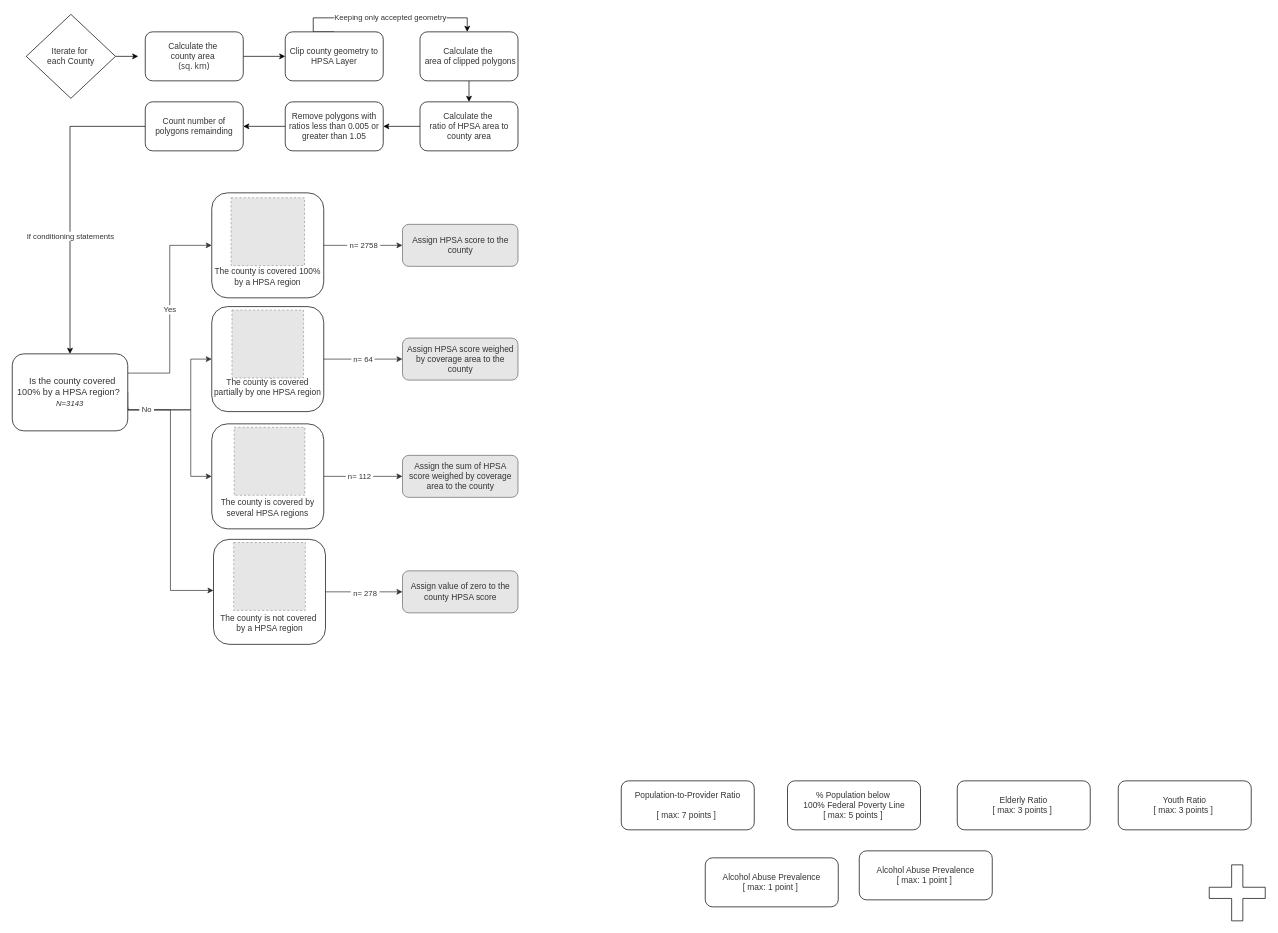
dealchre/gradDrawio keeps this draw.io diagram as HPSAmethodLogic.drawio. Above is the earlier version. Source tidied: cells renumbered, new cells numbered last; positions are measured from the earlier drawing's top-left corner, leaving out a move shared by most shapes. Both pictures are drawn from the tidied source at 70%, with x=0, y=0 at pixel (12, 14). Pictures stored in the file or linked from it are replaced by grey dashed boxes.
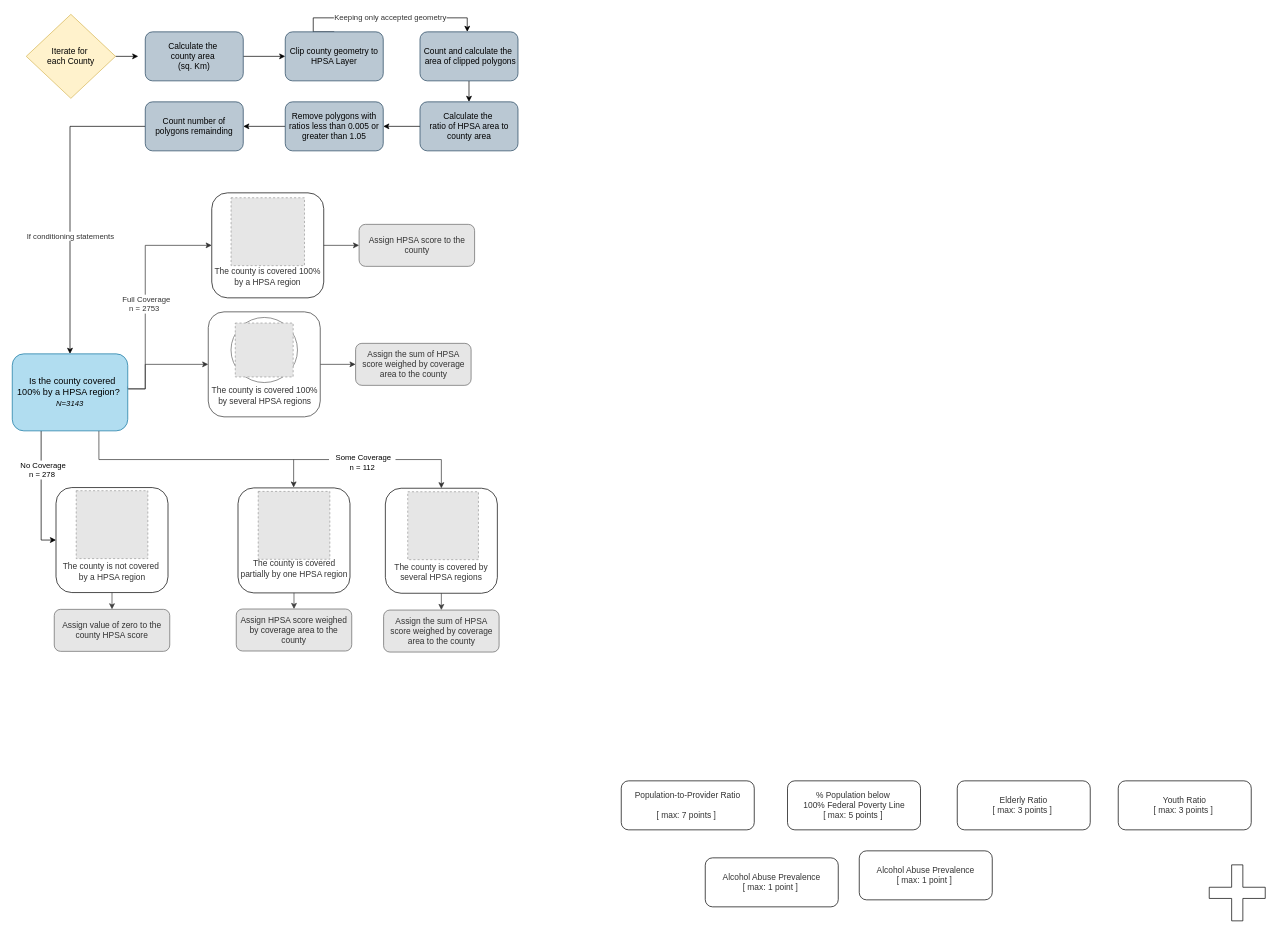
After the change.

Unchanged cells that the change refers to:
```xml
<mxCell id="23" style="rounded=1;whiteSpace=wrap;html=1;fontColor=#333333;" parent="22" vertex="1">
  <mxGeometry y="-10" width="160" height="150" as="geometry" />
</mxCell>
<mxCell id="27" style="rounded=1;whiteSpace=wrap;html=1;fontColor=#333333;" parent="26" vertex="1">
  <mxGeometry y="-5" width="160" height="150" as="geometry" />
</mxCell>
```

Diff of the diagram source:
```diff
@@
-    <mxCell id="3" value="Calculate the&amp;nbsp;&lt;br&gt;&lt;div&gt;county area&amp;nbsp;&lt;/div&gt;&lt;div&gt;&lt;span style=&quot;background-color: rgb(255, 255, 255); font-family: &amp;quot;Segoe UI&amp;quot;, &amp;quot;Segoe UI Web (West European)&amp;quot;, -apple-system, &amp;quot;system-ui&amp;quot;, Roboto, &amp;quot;Helvetica Neue&amp;quot;, sans-serif; text-align: left; white-space-collapse: preserve;&quot;&gt;(sq. km)&lt;/span&gt;&lt;/div&gt;" style="rounded=1;whiteSpace=wrap;html=1;fontColor=#333333;" parent="1" vertex="1">
+    <mxCell id="3" value="Calculate the&amp;nbsp;&lt;br&gt;&lt;div&gt;county area&amp;nbsp;&lt;/div&gt;&lt;div&gt;(sq. Km)&lt;/div&gt;" style="rounded=1;whiteSpace=wrap;html=1;fillColor=#bac8d3;strokeColor=#23445d;" parent="1" vertex="1">
       <mxGeometry x="190" y="25" width="140" height="70" as="geometry" />
     </mxCell>
@@
-    <mxCell id="5" value="Iterate for&amp;nbsp;&lt;div&gt;each County&lt;/div&gt;" style="rhombus;whiteSpace=wrap;html=1;fontColor=#333333;" parent="1" vertex="1">
+    <mxCell id="5" value="Iterate for&amp;nbsp;&lt;div&gt;each County&lt;/div&gt;" style="rhombus;whiteSpace=wrap;html=1;fillColor=#fff2cc;strokeColor=#d6b656;" parent="1" vertex="1">
       <mxGeometry x="20" width="127.5" height="120" as="geometry" />
     </mxCell>
@@
-    <mxCell id="8" value="Clip county geometry to HPSA Layer" style="rounded=1;whiteSpace=wrap;html=1;fontColor=#333333;" parent="1" vertex="1">
+    <mxCell id="8" value="Clip county geometry to HPSA Layer" style="rounded=1;whiteSpace=wrap;html=1;fillColor=#bac8d3;strokeColor=#23445d;" parent="1" vertex="1">
       <mxGeometry x="390" y="25" width="140" height="70" as="geometry" />
     </mxCell>
@@
-    <mxCell id="10" value="Calculate the&amp;nbsp;&lt;br&gt;&lt;div&gt;&amp;nbsp;area of clipped polygons&lt;/div&gt;" style="rounded=1;whiteSpace=wrap;html=1;fontColor=#333333;" parent="1" vertex="1">
+    <mxCell id="10" value="Count and calculate the&amp;nbsp;&lt;br&gt;&lt;div&gt;&amp;nbsp;area of clipped polygons&lt;/div&gt;" style="rounded=1;whiteSpace=wrap;html=1;fillColor=#bac8d3;strokeColor=#23445d;" parent="1" vertex="1">
       <mxGeometry x="582.5" y="25" width="140" height="70" as="geometry" />
     </mxCell>
@@
-    <mxCell id="12" value="Remove polygons with ratios less than 0.005 or greater than 1.05" style="rounded=1;whiteSpace=wrap;html=1;fontColor=#333333;" parent="1" vertex="1">
+    <mxCell id="12" value="Remove polygons with ratios less than 0.005 or greater than 1.05" style="rounded=1;whiteSpace=wrap;html=1;fillColor=#bac8d3;strokeColor=#23445d;" parent="1" vertex="1">
       <mxGeometry x="390" y="125" width="140" height="70" as="geometry" />
     </mxCell>
@@
-    <mxCell id="14" value="Calculate the&amp;nbsp;&lt;br&gt;&lt;div&gt;ratio of HPSA area to county area&lt;/div&gt;" style="rounded=1;whiteSpace=wrap;html=1;fontColor=#333333;" parent="1" vertex="1">
+    <mxCell id="14" value="Calculate the&amp;nbsp;&lt;br&gt;&lt;div&gt;ratio of HPSA area to county area&lt;/div&gt;" style="rounded=1;whiteSpace=wrap;html=1;fillColor=#bac8d3;strokeColor=#23445d;" parent="1" vertex="1">
       <mxGeometry x="582.5" y="125" width="140" height="70" as="geometry" />
     </mxCell>
@@
-    <mxCell id="17" value="Count number of polygons remainding" style="rounded=1;whiteSpace=wrap;html=1;fontColor=#333333;" parent="1" vertex="1">
+    <mxCell id="17" value="Count number of polygons remainding" style="rounded=1;whiteSpace=wrap;html=1;fillColor=#bac8d3;strokeColor=#23445d;" parent="1" vertex="1">
       <mxGeometry x="190" y="125" width="140" height="70" as="geometry" />
     </mxCell>
     <mxCell id="18" value="Assign the sum of HPSA score weighed by coverage area to the county" style="rounded=1;whiteSpace=wrap;html=1;fillColor=#E6E6E6;strokeColor=#666666;fontColor=#333333;" parent="1" vertex="1">
-      <mxGeometry x="557.5" y="630" width="165" height="60" as="geometry" />
+      <mxGeometry x="530.5" y="851" width="165" height="60" as="geometry" />
     </mxCell>
     <mxCell id="19" value="Assign value of zero to the county HPSA score" style="rounded=1;whiteSpace=wrap;html=1;fillColor=#E6E6E6;strokeColor=#666666;fontColor=#333333;" parent="1" vertex="1">
-      <mxGeometry x="557.5" y="795" width="165" height="60" as="geometry" />
+      <mxGeometry x="60" y="850" width="165" height="60" as="geometry" />
     </mxCell>
     <mxCell id="20" value="Assign HPSA score weighed by coverage area to the county" style="rounded=1;whiteSpace=wrap;html=1;fillColor=#E6E6E6;strokeColor=#666666;fontColor=#333333;" parent="1" vertex="1">
-      <mxGeometry x="557.5" y="462.5" width="165" height="60" as="geometry" />
+      <mxGeometry x="320" y="849.5" width="165" height="60" as="geometry" />
     </mxCell>
     <mxCell id="21" value="Assign HPSA score to the county" style="rounded=1;whiteSpace=wrap;html=1;fillColor=#E6E6E6;strokeColor=#666666;fontColor=#333333;" parent="1" vertex="1">
-      <mxGeometry x="557.5" y="300" width="165" height="60" as="geometry" />
+      <mxGeometry x="495.5" y="300" width="165" height="60" as="geometry" />
     </mxCell>
@@
-    <mxCell id="26" style="group;fontColor=#333333;" parent="1" vertex="1">
-      <mxGeometry x="285" y="422.5" width="160" height="145" as="geometry" />
+    <mxCell id="26" style="group;fontColor=light-dark(#d0d0d0, #c1c1c1);" parent="1" vertex="1">
+      <mxGeometry x="322.5" y="681.5" width="160" height="145" as="geometry" />
     </mxCell>
@@
-    <mxCell id="30" style="edgeStyle=orthogonalEdgeStyle;rounded=0;jettySize=auto;html=1;exitX=1;exitY=0.5;exitDx=0;exitDy=0;entryX=0;entryY=0.5;entryDx=0;entryDy=0;fontColor=#333333;strokeColor=#333333;" parent="1" edge="1" source="32" target="18">
+    <mxCell id="30" style="edgeStyle=orthogonalEdgeStyle;rounded=0;jettySize=auto;html=1;exitX=0.5;exitY=1;exitDx=0;exitDy=0;fontColor=#333333;strokeColor=light-dark(#404040, #ededed);entryX=0.5;entryY=0;entryDx=0;entryDy=0;" parent="1" edge="1" source="33" target="18">
       <mxGeometry relative="1" as="geometry" />
     </mxCell>
-    <mxCell id="31" value="&amp;nbsp;n= 112&amp;nbsp;" style="edgeLabel;html=1;align=center;verticalAlign=middle;fontColor=#333333;" parent="30" vertex="1">
-      <mxGeometry x="-0.11" y="1" relative="1" as="geometry" />
-    </mxCell>
-    <mxCell id="32" style="rounded=1;whiteSpace=wrap;html=1;fontColor=#333333;" parent="1" vertex="1">
-      <mxGeometry x="285" y="585" width="160" height="150" as="geometry" />
-    </mxCell>
-    <mxCell id="33" value="The county is covered by several HPSA regions" style="rounded=1;whiteSpace=wrap;html=1;fillColor=none;strokeColor=none;fontColor=#333333;" parent="1" vertex="1">
-      <mxGeometry x="285" y="675" width="160" height="60" as="geometry" />
-    </mxCell>
-    <mxCell id="34" style="fillColor=#E6E6E6;strokeColor=#999999;dashed=1;verticalLabelPosition=bottom;labelBackgroundColor=default;verticalAlign=top;fontColor=#333333;" parent="1" vertex="1">
-      <mxGeometry x="317" y="590" width="101" height="97" as="geometry" />
-    </mxCell>
-    <mxCell id="35" style="edgeStyle=orthogonalEdgeStyle;rounded=0;jettySize=auto;html=1;exitX=1;exitY=0.5;exitDx=0;exitDy=0;entryX=0;entryY=0.5;entryDx=0;entryDy=0;fontColor=#333333;strokeColor=#333333;" parent="1" edge="1" source="37" target="19">
-      <mxGeometry relative="1" as="geometry" />
-    </mxCell>
-    <mxCell id="36" value="&amp;nbsp;n= 278&amp;nbsp;" style="edgeLabel;html=1;align=center;verticalAlign=middle;fontColor=#333333;" parent="35" vertex="1">
-      <mxGeometry y="-1" relative="1" as="geometry">
-        <mxPoint x="1" as="offset" />
-      </mxGeometry>
-    </mxCell>
-    <mxCell id="37" style="rounded=1;whiteSpace=wrap;html=1;fontColor=#333333;" parent="1" vertex="1">
-      <mxGeometry x="287.5" y="750" width="160" height="150" as="geometry" />
-    </mxCell>
-    <mxCell id="38" style="fillColor=#E6E6E6;strokeColor=#999999;dashed=1;verticalLabelPosition=bottom;labelBackgroundColor=default;verticalAlign=top;fontColor=#333333;" parent="1" vertex="1">
-      <mxGeometry x="316.4" y="754.5" width="102.3" height="97" as="geometry" />
-    </mxCell>
-    <mxCell id="39" value="The county is not covered&amp;nbsp;&lt;div&gt;by a HPSA region&lt;/div&gt;" style="rounded=1;whiteSpace=wrap;html=1;fillColor=none;strokeColor=none;fontColor=#333333;" parent="1" vertex="1">
-      <mxGeometry x="287.5" y="840" width="160" height="60" as="geometry" />
-    </mxCell>
+    <mxCell id="54" style="edgeStyle=orthogonalEdgeStyle;rounded=0;jettySize=auto;html=1;exitX=0.5;exitY=1;exitDx=0;exitDy=0;entryX=0.5;entryY=0;entryDx=0;entryDy=0;strokeColor=light-dark(#404040, #ededed);" parent="1" edge="1" source="39" target="19">
+      <mxGeometry relative="1" as="geometry" />
+    </mxCell>
-    <mxCell id="40" value="&amp;nbsp;n= 2758&amp;nbsp;" style="edgeStyle=orthogonalEdgeStyle;rounded=0;jettySize=auto;html=1;fontColor=#333333;strokeColor=#333333;" parent="1" edge="1" source="23" target="21">
+    <mxCell id="40" style="edgeStyle=orthogonalEdgeStyle;rounded=0;jettySize=auto;html=1;fontColor=#333333;strokeColor=#333333;" parent="1" edge="1" source="23" target="21">
       <mxGeometry x="0.01" relative="1" as="geometry" />
     </mxCell>
-    <mxCell id="41" value="&amp;nbsp;n= 64&amp;nbsp;" style="edgeStyle=orthogonalEdgeStyle;rounded=0;jettySize=auto;html=1;exitX=1;exitY=0.5;exitDx=0;exitDy=0;entryX=0;entryY=0.5;entryDx=0;entryDy=0;fontColor=#333333;strokeColor=#333333;" parent="1" edge="1" source="27" target="20">
-      <mxGeometry relative="1" as="geometry" />
-    </mxCell>
-    <mxCell id="42" value="&amp;nbsp;Yes&amp;nbsp;" style="edgeStyle=orthogonalEdgeStyle;rounded=0;jettySize=auto;html=1;exitX=1;exitY=0.25;exitDx=0;exitDy=0;entryX=0;entryY=0.5;entryDx=0;entryDy=0;fontColor=#333333;strokeColor=#333333;" parent="1" edge="1" source="46" target="23">
-      <mxGeometry relative="1" as="geometry" />
+    <mxCell id="42" value="&amp;nbsp; Full Coverage&amp;nbsp;&lt;div&gt;n = 2753&amp;nbsp;&lt;/div&gt;" style="edgeStyle=orthogonalEdgeStyle;rounded=0;jettySize=auto;html=1;exitX=0.997;exitY=0.423;exitDx=0;exitDy=0;entryX=0;entryY=0.5;entryDx=0;entryDy=0;fontColor=#333333;strokeColor=#333333;exitPerimeter=0;" parent="1" edge="1" source="46" target="23">
+      <mxGeometry x="-0.09" relative="1" as="geometry">
+        <Array as="points">
+          <mxPoint x="165" y="535" />
+          <mxPoint x="190" y="535" />
+          <mxPoint x="190" y="330" />
+        </Array>
+      </mxGeometry>
     </mxCell>
-    <mxCell id="43" style="edgeStyle=orthogonalEdgeStyle;rounded=0;jettySize=auto;html=1;exitX=1;exitY=0.5;exitDx=0;exitDy=0;entryX=0;entryY=0.5;entryDx=0;entryDy=0;fontColor=#333333;strokeColor=#333333;" parent="1" edge="1" source="46" target="27">
-      <mxGeometry relative="1" as="geometry">
-        <Array as="points">
-          <mxPoint x="165" y="565" />
-          <mxPoint x="255" y="565" />
-          <mxPoint x="255" y="493" />
-        </Array>
-      </mxGeometry>
-    </mxCell>
-    <mxCell id="44" style="edgeStyle=orthogonalEdgeStyle;rounded=0;jettySize=auto;html=1;entryX=0;entryY=0.5;entryDx=0;entryDy=0;fontColor=#333333;strokeColor=#333333;" parent="1" edge="1" target="32">
-      <mxGeometry relative="1" as="geometry">
-        <mxPoint x="155" y="560" as="sourcePoint" />
-        <Array as="points">
-          <mxPoint x="155" y="565" />
-          <mxPoint x="255" y="565" />
-          <mxPoint x="255" y="660" />
-        </Array>
-      </mxGeometry>
-    </mxCell>
-    <mxCell id="45" value="&amp;nbsp;No&amp;nbsp;" style="edgeStyle=orthogonalEdgeStyle;rounded=0;orthogonalLoop=1;jettySize=auto;html=1;exitX=1.001;exitY=0.712;exitDx=0;exitDy=0;entryX=0;entryY=0.5;entryDx=0;entryDy=0;exitPerimeter=0;fontColor=#333333;strokeColor=#333333;" parent="1" edge="1">
-      <mxGeometry x="-0.84" relative="1" as="geometry">
-        <mxPoint x="165.2" y="561.3" as="sourcePoint" />
-        <mxPoint x="287.5" y="823" as="targetPoint" />
-        <Array as="points">
-          <mxPoint x="165" y="565" />
-          <mxPoint x="226" y="565" />
-          <mxPoint x="226" y="823" />
-        </Array>
-      </mxGeometry>
-    </mxCell>
+    <mxCell id="55" style="edgeStyle=orthogonalEdgeStyle;rounded=0;jettySize=auto;html=1;exitX=1.005;exitY=0.455;exitDx=0;exitDy=0;exitPerimeter=0;strokeColor=light-dark(#333333, #ededed);fontColor=light-dark(#d0d0d0, #c1c1c1);" parent="1" edge="1" source="46" target="61">
+      <mxGeometry relative="1" as="geometry">
+        <Array as="points">
+          <mxPoint x="190" y="535" />
+          <mxPoint x="190" y="500" />
+        </Array>
+      </mxGeometry>
+    </mxCell>
+    <mxCell id="56" style="edgeStyle=orthogonalEdgeStyle;rounded=0;jettySize=auto;html=1;exitX=0.75;exitY=1;exitDx=0;exitDy=0;entryX=0.5;entryY=0;entryDx=0;entryDy=0;strokeColor=light-dark(#333333, #ededed);" parent="1" edge="1" source="46" target="32">
+      <mxGeometry relative="1" as="geometry" />
+    </mxCell>
+    <mxCell id="57" value="&amp;nbsp; &amp;nbsp;Some Coverage&amp;nbsp;&amp;nbsp;&lt;div&gt;n = 112&lt;/div&gt;" style="edgeLabel;html=1;align=center;verticalAlign=middle;" parent="56" vertex="1">
+      <mxGeometry x="-0.54" y="-3" relative="1" as="geometry">
+        <mxPoint x="286" as="offset" />
+      </mxGeometry>
+    </mxCell>
+    <mxCell id="58" style="edgeStyle=orthogonalEdgeStyle;rounded=0;jettySize=auto;html=1;exitX=0.25;exitY=1;exitDx=0;exitDy=0;entryX=0;entryY=0.5;entryDx=0;entryDy=0;" parent="1" edge="1" source="46" target="37">
+      <mxGeometry relative="1" as="geometry" />
+    </mxCell>
+    <mxCell id="59" value="No Coverage&lt;div&gt;n = 278&amp;nbsp;&lt;/div&gt;" style="edgeLabel;html=1;align=center;verticalAlign=middle;" parent="58" vertex="1">
+      <mxGeometry x="-0.37" y="2" relative="1" as="geometry" />
+    </mxCell>
-    <mxCell id="46" value="&amp;nbsp; Is the county covered 100% by a HPSA region?&amp;nbsp;&lt;div&gt;&lt;i&gt;&lt;font style=&quot;font-size: 11px;&quot;&gt;N=3143&lt;/font&gt;&lt;/i&gt;&lt;/div&gt;" style="rounded=1;whiteSpace=wrap;html=1;fontSize=13;fontColor=#333333;" parent="1" vertex="1">
+    <mxCell id="46" value="&amp;nbsp; Is the county covered 100% by a HPSA region?&amp;nbsp;&lt;div&gt;&lt;i&gt;&lt;font style=&quot;font-size: 11px;&quot;&gt;N=3143&lt;/font&gt;&lt;/i&gt;&lt;/div&gt;" style="rounded=1;whiteSpace=wrap;html=1;fontSize=13;fillColor=#b1ddf0;strokeColor=#10739e;" parent="1" vertex="1">
       <mxGeometry y="485" width="165" height="110" as="geometry" />
     </mxCell>
@@
+    <mxCell id="60" style="edgeStyle=orthogonalEdgeStyle;rounded=0;jettySize=auto;html=1;exitX=1;exitY=0.5;exitDx=0;exitDy=0;entryX=0;entryY=0.5;entryDx=0;entryDy=0;strokeColor=light-dark(#333333, #ededed);" parent="1" edge="1" source="61" target="66">
+      <mxGeometry relative="1" as="geometry" />
+    </mxCell>
+    <mxCell id="61" style="rounded=1;whiteSpace=wrap;html=1;fontColor=#333333;strokeColor=light-dark(#333333, #ededed);" parent="1" vertex="1">
+      <mxGeometry x="280" y="425" width="160" height="150" as="geometry" />
+    </mxCell>
+    <mxCell id="62" value="The county is covered 100% by several HPSA regions" style="rounded=1;whiteSpace=wrap;html=1;fillColor=none;strokeColor=none;fontColor=#333333;arcSize=50;" parent="1" vertex="1">
+      <mxGeometry x="281" y="515" width="160" height="60" as="geometry" />
+    </mxCell>
+    <mxCell id="63" style="group;" parent="1" vertex="1">
+      <mxGeometry x="312.5" y="433" width="95" height="93" as="geometry" />
+    </mxCell>
+    <mxCell id="64" style="ellipse;whiteSpace=wrap;html=1;strokeColor=light-dark(#666666, #2d2d2d);" parent="63" vertex="1">
+      <mxGeometry width="95" height="93" as="geometry" />
+    </mxCell>
+    <mxCell id="65" style="fillColor=#E6E6E6;strokeColor=#999999;dashed=1;verticalLabelPosition=bottom;labelBackgroundColor=default;verticalAlign=top;" parent="63" vertex="1">
+      <mxGeometry x="6.1" y="8" width="82.7" height="77" as="geometry" />
+    </mxCell>
+    <mxCell id="66" value="Assign the sum of HPSA score weighed by coverage area to the county" style="rounded=1;whiteSpace=wrap;html=1;fillColor=#E6E6E6;strokeColor=#666666;fontColor=#333333;" parent="1" vertex="1">
+      <mxGeometry x="490.5" y="470" width="165" height="60" as="geometry" />
+    </mxCell>
+    <mxCell id="41" style="edgeStyle=orthogonalEdgeStyle;rounded=0;jettySize=auto;html=1;exitX=0.5;exitY=1;exitDx=0;exitDy=0;entryX=0.5;entryY=0;entryDx=0;entryDy=0;strokeColor=light-dark(#404040, #ededed);" parent="1" edge="1" source="27" target="20">
+      <mxGeometry relative="1" as="geometry" />
+    </mxCell>
+    <mxCell id="67" style="group;" parent="1" vertex="1">
+      <mxGeometry x="533" y="677" width="160" height="150" as="geometry" />
+    </mxCell>
+    <mxCell id="32" style="rounded=1;whiteSpace=wrap;html=1;fontColor=#333333;" parent="67" vertex="1">
+      <mxGeometry width="160" height="150" as="geometry" />
+    </mxCell>
+    <mxCell id="33" value="The county is covered by several HPSA regions" style="rounded=1;whiteSpace=wrap;html=1;fillColor=none;strokeColor=none;fontColor=#333333;" parent="67" vertex="1">
+      <mxGeometry y="90" width="160" height="60" as="geometry" />
+    </mxCell>
+    <mxCell id="34" style="fillColor=#E6E6E6;strokeColor=#999999;dashed=1;verticalLabelPosition=bottom;labelBackgroundColor=default;verticalAlign=top;fontColor=#333333;" parent="67" vertex="1">
+      <mxGeometry x="32" y="5" width="101" height="97" as="geometry" />
+    </mxCell>
+    <mxCell id="68" style="group;" parent="1" vertex="1">
+      <mxGeometry x="62.5" y="676" width="160" height="150" as="geometry" />
+    </mxCell>
+    <mxCell id="37" style="rounded=1;whiteSpace=wrap;html=1;fontColor=#333333;" parent="68" vertex="1">
+      <mxGeometry width="160" height="150" as="geometry" />
+    </mxCell>
+    <mxCell id="38" style="fillColor=#E6E6E6;strokeColor=#999999;dashed=1;verticalLabelPosition=bottom;labelBackgroundColor=default;verticalAlign=top;fontColor=#333333;" parent="68" vertex="1">
+      <mxGeometry x="28.9" y="4.5" width="102.3" height="97" as="geometry" />
+    </mxCell>
+    <mxCell id="39" value="The county is not covered&amp;nbsp;&lt;div&gt;by a HPSA region&lt;/div&gt;" style="rounded=1;whiteSpace=wrap;html=1;fillColor=none;strokeColor=none;fontColor=#333333;" parent="68" vertex="1">
+      <mxGeometry y="90" width="160" height="60" as="geometry" />
+    </mxCell>
+    <mxCell id="69" style="endArrow=classic;html=1;rounded=0;strokeColor=light-dark(#333333, #ededed);" parent="1" edge="1">
+      <mxGeometry relative="1" as="geometry">
+        <mxPoint x="402" y="636" as="sourcePoint" />
+        <mxPoint x="402" y="676" as="targetPoint" />
+      </mxGeometry>
+    </mxCell>
```
